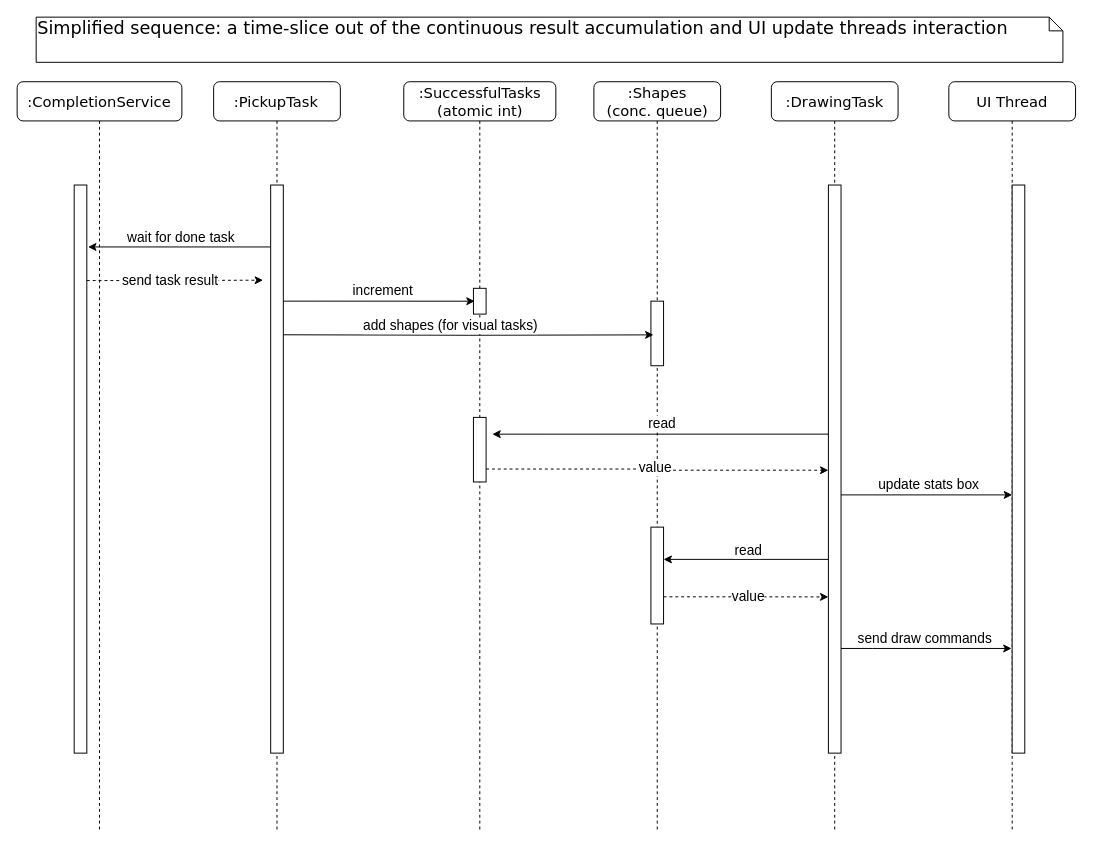
The draw.io diagram threadoff-result-handling.drawio in cdonhofer/ThreadOff, before the edit. Source tidied: cells renumbered, new cells numbered last; positions are measured from the earlier drawing's top-left corner, leaving out a move shared by most shapes. Both pictures are drawn from the tidied source at 98%, with x=0, y=0 at pixel (17, 17).
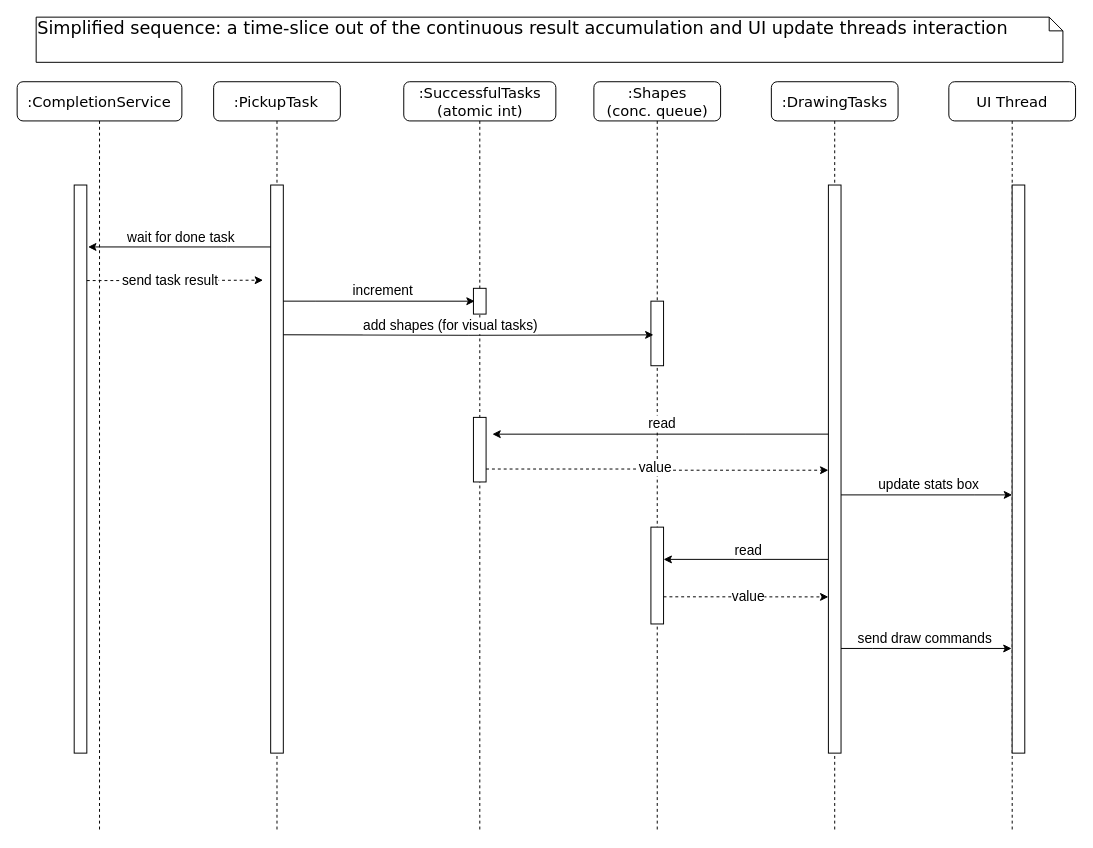
After the change.

The edit, as a diff of the source:
```diff
@@
-    <mxCell id="9" value="&lt;font style=&quot;font-size: 15px;&quot;&gt;:DrawingTask&lt;/font&gt;" style="shape=umlLifeline;perimeter=lifelinePerimeter;whiteSpace=wrap;html=1;rounded=1;shadow=0;comic=0;labelBackgroundColor=none;strokeWidth=1;fontFamily=Verdana;fontSize=12;align=center;" parent="1" vertex="1">
+    <mxCell id="9" value="&lt;font style=&quot;font-size: 15px;&quot;&gt;:DrawingTasks&lt;/font&gt;" style="shape=umlLifeline;perimeter=lifelinePerimeter;whiteSpace=wrap;html=1;rounded=1;shadow=0;comic=0;labelBackgroundColor=none;strokeWidth=1;fontFamily=Verdana;fontSize=12;align=center;" parent="1" vertex="1">
       <mxGeometry x="769.6" y="65.9" width="129.3" height="764.1" as="geometry" />
     </mxCell>
```
